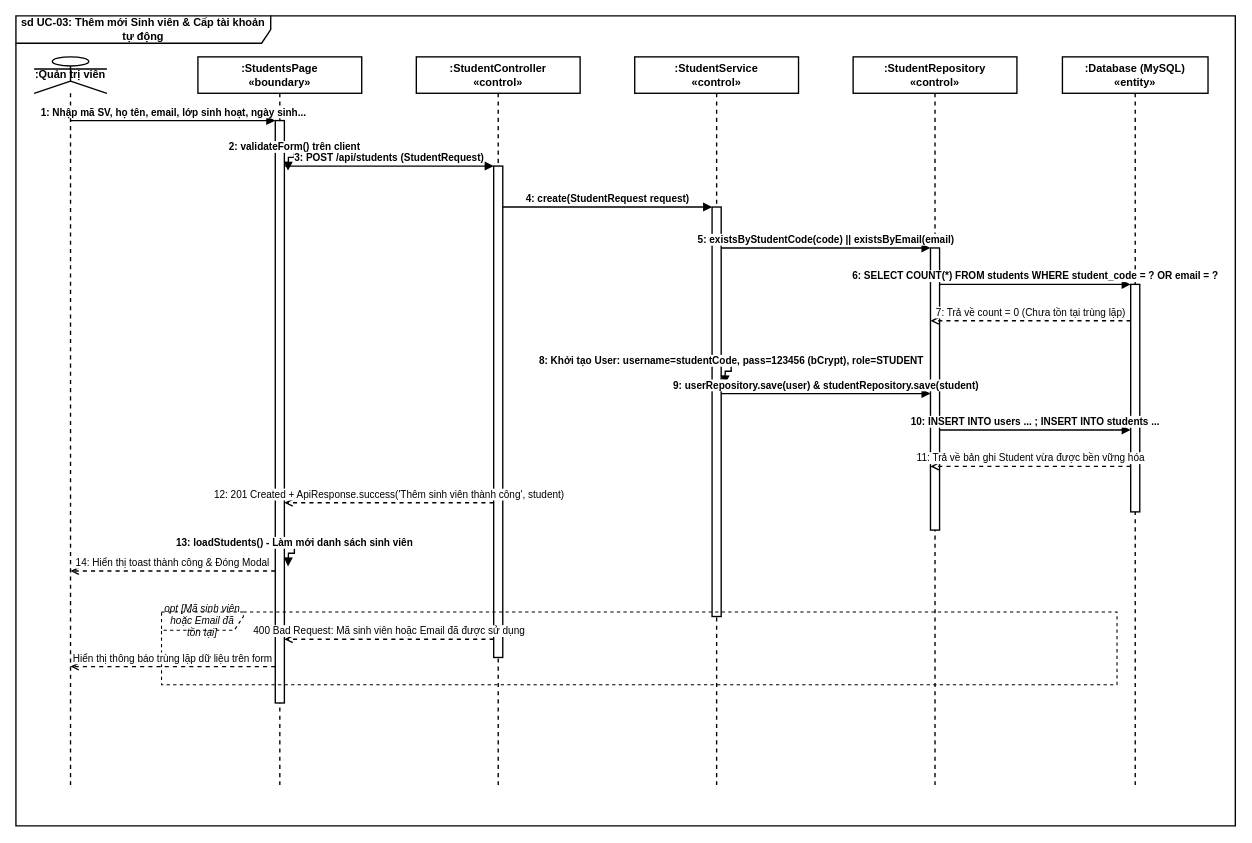
This is page "3. Thêm mới Sinh viên" (3 of 23) of drawio/Sequence_Diagrams.drawio from DevMarkie/DoAnChuyenNganh, a draw.io file, before an edit. Source tidied: cells renumbered, new cells numbered last; positions are measured from the earlier drawing's top-left corner, leaving out a move shared by most shapes. Both pictures are drawn from the tidied source at 91%, with x=0, y=0 at pixel (15, 15).
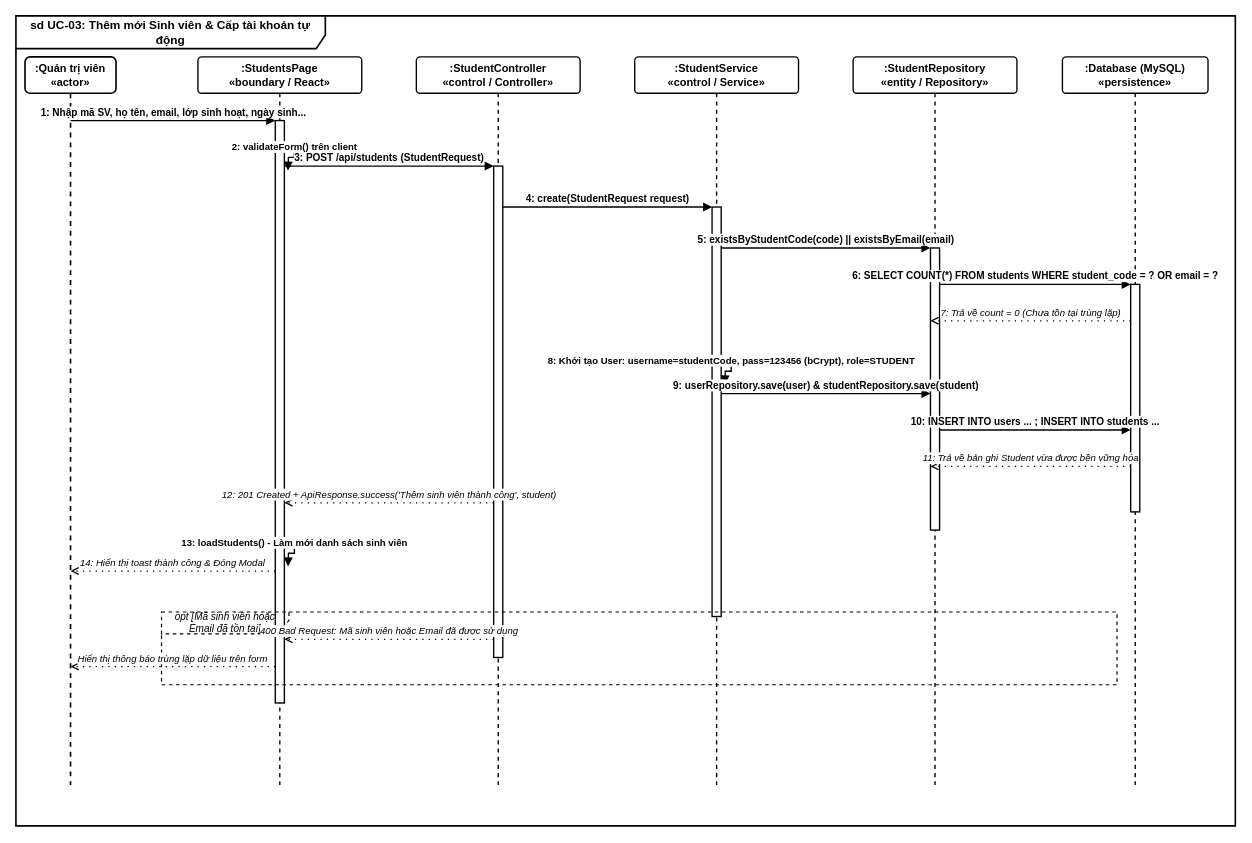
The same diagram, later.

Diff of the diagram source:
```diff
@@
-    <mxCell id="2" value="sd UC-03: Thêm mới Sinh viên &amp; Cấp tài khoản tự động" style="shape=umlFrame;whiteSpace=wrap;html=1;width=280;height=30;strokeColor=#000000;strokeWidth=1.5;fillColor=none;fontColor=#000000;fontStyle=1;fontSize=12;" parent="1" vertex="1">
+    <mxCell id="2" value="sd UC-03: Thêm mới Sinh viên &amp; Cấp tài khoản tự động" style="shape=umlFrame;whiteSpace=wrap;html=1;width=340;height=36;strokeColor=#000000;strokeWidth=1.8;fillColor=none;fontColor=#000000;fontStyle=1;fontSize=13;rounded=1;shadow=0;arcSize=6;" parent="1" vertex="1">
       <mxGeometry width="1340" height="890" as="geometry" />
     </mxCell>
-    <mxCell id="3" value=":Quản trị viên" style="shape=umlLifeline;participant=umlActor;perimeter=lifelinePerimeter;whiteSpace=wrap;html=1;strokeColor=#000000;strokeWidth=1.5;fillColor=#ffffff;fontColor=#000000;fontStyle=1;fontSize=12;" parent="1" vertex="1">
-      <mxGeometry x="20" y="45" width="80" height="800" as="geometry" />
+    <mxCell id="3" value=":Quản trị viên&#10;«actor»" style="shape=umlLifeline;perimeter=lifelinePerimeter;whiteSpace=wrap;html=1;strokeColor=#000000;strokeWidth=1.8;fillColor=#ffffff;fontColor=#000000;fontStyle=1;fontSize=12;rounded=1;arcSize=14;shadow=0;" parent="1" vertex="1">
+      <mxGeometry x="10" y="45" width="100" height="800" as="geometry" />
     </mxCell>
-    <mxCell id="4" value=":StudentsPage&#10;«boundary»" style="shape=umlLifeline;perimeter=lifelinePerimeter;whiteSpace=wrap;html=1;strokeColor=#000000;strokeWidth=1.5;fillColor=#ffffff;fontColor=#000000;fontStyle=1;fontSize=12;" parent="1" vertex="1">
+    <mxCell id="4" value=":StudentsPage&#10;«boundary / React»" style="shape=umlLifeline;perimeter=lifelinePerimeter;whiteSpace=wrap;html=1;strokeColor=#000000;strokeWidth=1.5;fillColor=#ffffff;fontColor=#000000;fontStyle=1;fontSize=12;rounded=1;arcSize=10;shadow=0;" parent="1" vertex="1">
       <mxGeometry x="200" y="45" width="180" height="800" as="geometry" />
     </mxCell>
-    <mxCell id="5" value=":StudentController&#10;«control»" style="shape=umlLifeline;perimeter=lifelinePerimeter;whiteSpace=wrap;html=1;strokeColor=#000000;strokeWidth=1.5;fillColor=#ffffff;fontColor=#000000;fontStyle=1;fontSize=12;" parent="1" vertex="1">
+    <mxCell id="5" value=":StudentController&#10;«control / Controller»" style="shape=umlLifeline;perimeter=lifelinePerimeter;whiteSpace=wrap;html=1;strokeColor=#000000;strokeWidth=1.5;fillColor=#ffffff;fontColor=#000000;fontStyle=1;fontSize=12;rounded=1;arcSize=10;shadow=0;" parent="1" vertex="1">
       <mxGeometry x="440" y="45" width="180" height="800" as="geometry" />
     </mxCell>
-    <mxCell id="6" value=":StudentService&#10;«control»" style="shape=umlLifeline;perimeter=lifelinePerimeter;whiteSpace=wrap;html=1;strokeColor=#000000;strokeWidth=1.5;fillColor=#ffffff;fontColor=#000000;fontStyle=1;fontSize=12;" parent="1" vertex="1">
+    <mxCell id="6" value=":StudentService&#10;«control / Service»" style="shape=umlLifeline;perimeter=lifelinePerimeter;whiteSpace=wrap;html=1;strokeColor=#000000;strokeWidth=1.5;fillColor=#ffffff;fontColor=#000000;fontStyle=1;fontSize=12;rounded=1;arcSize=10;shadow=0;" parent="1" vertex="1">
       <mxGeometry x="680" y="45" width="180" height="800" as="geometry" />
     </mxCell>
-    <mxCell id="7" value=":StudentRepository&#10;«control»" style="shape=umlLifeline;perimeter=lifelinePerimeter;whiteSpace=wrap;html=1;strokeColor=#000000;strokeWidth=1.5;fillColor=#ffffff;fontColor=#000000;fontStyle=1;fontSize=12;" parent="1" vertex="1">
+    <mxCell id="7" value=":StudentRepository&#10;«entity / Repository»" style="shape=umlLifeline;perimeter=lifelinePerimeter;whiteSpace=wrap;html=1;strokeColor=#000000;strokeWidth=1.5;fillColor=#ffffff;fontColor=#000000;fontStyle=1;fontSize=12;rounded=1;arcSize=10;shadow=0;" parent="1" vertex="1">
       <mxGeometry x="920" y="45" width="180" height="800" as="geometry" />
     </mxCell>
-    <mxCell id="8" value=":Database (MySQL)&#10;«entity»" style="shape=umlLifeline;perimeter=lifelinePerimeter;whiteSpace=wrap;html=1;strokeColor=#000000;strokeWidth=1.5;fillColor=#ffffff;fontColor=#000000;fontStyle=1;fontSize=12;" parent="1" vertex="1">
+    <mxCell id="8" value=":Database (MySQL)&#10;«persistence»" style="shape=umlLifeline;perimeter=lifelinePerimeter;whiteSpace=wrap;html=1;strokeColor=#000000;strokeWidth=1.5;fillColor=#ffffff;fontColor=#000000;fontStyle=1;fontSize=12;rounded=1;arcSize=10;shadow=0;" parent="1" vertex="1">
       <mxGeometry x="1150" y="45" width="160" height="800" as="geometry" />
     </mxCell>
-    <mxCell id="9" style="html=1;perimeter=orthogonalPerimeter;strokeColor=#000000;strokeWidth=1.5;fillColor=#ffffff;" parent="1" vertex="1">
+    <mxCell id="9" style="html=1;perimeter=orthogonalPerimeter;strokeColor=#000000;strokeWidth=1.5;fillColor=#ffffff;shadow=0;" parent="1" vertex="1">
       <mxGeometry x="285" y="115" width="10" height="640" as="geometry" />
     </mxCell>
-    <mxCell id="10" style="html=1;perimeter=orthogonalPerimeter;strokeColor=#000000;strokeWidth=1.5;fillColor=#ffffff;" parent="1" vertex="1">
+    <mxCell id="10" style="html=1;perimeter=orthogonalPerimeter;strokeColor=#000000;strokeWidth=1.5;fillColor=#ffffff;shadow=0;" parent="1" vertex="1">
       <mxGeometry x="525" y="165" width="10" height="540" as="geometry" />
     </mxCell>
-    <mxCell id="11" style="html=1;perimeter=orthogonalPerimeter;strokeColor=#000000;strokeWidth=1.5;fillColor=#ffffff;" parent="1" vertex="1">
+    <mxCell id="11" style="html=1;perimeter=orthogonalPerimeter;strokeColor=#000000;strokeWidth=1.5;fillColor=#ffffff;shadow=0;" parent="1" vertex="1">
       <mxGeometry x="765" y="210" width="10" height="450" as="geometry" />
     </mxCell>
-    <mxCell id="12" style="html=1;perimeter=orthogonalPerimeter;strokeColor=#000000;strokeWidth=1.5;fillColor=#ffffff;" parent="1" vertex="1">
+    <mxCell id="12" style="html=1;perimeter=orthogonalPerimeter;strokeColor=#000000;strokeWidth=1.5;fillColor=#ffffff;shadow=0;" parent="1" vertex="1">
       <mxGeometry x="1005" y="255" width="10" height="310" as="geometry" />
     </mxCell>
-    <mxCell id="13" style="html=1;perimeter=orthogonalPerimeter;strokeColor=#000000;strokeWidth=1.5;fillColor=#ffffff;" parent="1" vertex="1">
+    <mxCell id="13" style="html=1;perimeter=orthogonalPerimeter;strokeColor=#000000;strokeWidth=1.5;fillColor=#ffffff;shadow=0;" parent="1" vertex="1">
       <mxGeometry x="1225" y="295" width="10" height="250" as="geometry" />
     </mxCell>
-    <mxCell id="14" value="1: Nhập mã SV, họ tên, email, lớp sinh hoạt, ngày sinh..." style="html=1;verticalAlign=bottom;endArrow=block;strokeColor=#000000;strokeWidth=1.5;labelBackgroundColor=#ffffff;labelBorderColor=none;fillColor=none;fontColor=#000000;fontSize=11;fontStyle=1;" parent="1" edge="1">
+    <mxCell id="14" value="1: Nhập mã SV, họ tên, email, lớp sinh hoạt, ngày sinh..." style="html=1;verticalAlign=bottom;endArrow=block;endFill=1;strokeColor=#000000;strokeWidth=1.5;labelBackgroundColor=#ffffff;labelBorderColor=none;fillColor=none;fontColor=#000000;fontSize=11;fontStyle=1;rounded=0;" parent="1" edge="1">
       <mxGeometry relative="1" as="geometry">
         <mxPoint x="60" y="115" as="sourcePoint" />
         <mxPoint x="285" y="115" as="targetPoint" />
       </mxGeometry>
     </mxCell>
-    <mxCell id="15" value="2: validateForm() trên client" style="html=1;verticalAlign=bottom;endArrow=block;strokeColor=#000000;strokeWidth=1.5;labelBackgroundColor=#ffffff;labelBorderColor=none;fillColor=none;fontColor=#000000;fontSize=11;fontStyle=1;edgeStyle=orthogonalEdgeStyle;curved=0;rounded=0;" parent="1" edge="1">
+    <mxCell id="15" value="2: validateForm() trên client" style="html=1;verticalAlign=bottom;endArrow=block;endFill=1;strokeColor=#000000;strokeWidth=1.5;labelBackgroundColor=#ffffff;labelBorderColor=none;fillColor=none;fontColor=#000000;fontSize=10.5;fontStyle=1;edgeStyle=orthogonalEdgeStyle;curved=0;rounded=0;" parent="1" edge="1">
       <mxGeometry relative="1" as="geometry">
         <mxPoint x="295" y="140" as="sourcePoint" />
         <mxPoint x="299" y="170" as="targetPoint" />
       </mxGeometry>
     </mxCell>
-    <mxCell id="16" value="3: POST /api/students (StudentRequest)" style="html=1;verticalAlign=bottom;endArrow=block;strokeColor=#000000;strokeWidth=1.5;labelBackgroundColor=#ffffff;labelBorderColor=none;fillColor=none;fontColor=#000000;fontSize=11;fontStyle=1;" parent="1" edge="1">
+    <mxCell id="16" value="3: POST /api/students (StudentRequest)" style="html=1;verticalAlign=bottom;endArrow=block;endFill=1;strokeColor=#000000;strokeWidth=1.5;labelBackgroundColor=#ffffff;labelBorderColor=none;fillColor=none;fontColor=#000000;fontSize=11;fontStyle=1;rounded=0;" parent="1" edge="1">
       <mxGeometry relative="1" as="geometry">
         <mxPoint x="295" y="165" as="sourcePoint" />
         <mxPoint x="525" y="165" as="targetPoint" />
       </mxGeometry>
     </mxCell>
-    <mxCell id="17" value="4: create(StudentRequest request)" style="html=1;verticalAlign=bottom;endArrow=block;strokeColor=#000000;strokeWidth=1.5;labelBackgroundColor=#ffffff;labelBorderColor=none;fillColor=none;fontColor=#000000;fontSize=11;fontStyle=1;" parent="1" edge="1">
+    <mxCell id="17" value="4: create(StudentRequest request)" style="html=1;verticalAlign=bottom;endArrow=block;endFill=1;strokeColor=#000000;strokeWidth=1.5;labelBackgroundColor=#ffffff;labelBorderColor=none;fillColor=none;fontColor=#000000;fontSize=11;fontStyle=1;rounded=0;" parent="1" edge="1">
       <mxGeometry relative="1" as="geometry">
         <mxPoint x="535" y="210" as="sourcePoint" />
         <mxPoint x="765" y="210" as="targetPoint" />
       </mxGeometry>
     </mxCell>
-    <mxCell id="18" value="5: existsByStudentCode(code) || existsByEmail(email)" style="html=1;verticalAlign=bottom;endArrow=block;strokeColor=#000000;strokeWidth=1.5;labelBackgroundColor=#ffffff;labelBorderColor=none;fillColor=none;fontColor=#000000;fontSize=11;fontStyle=1;" parent="1" edge="1">
+    <mxCell id="18" value="5: existsByStudentCode(code) || existsByEmail(email)" style="html=1;verticalAlign=bottom;endArrow=block;endFill=1;strokeColor=#000000;strokeWidth=1.5;labelBackgroundColor=#ffffff;labelBorderColor=none;fillColor=none;fontColor=#000000;fontSize=11;fontStyle=1;rounded=0;" parent="1" edge="1">
       <mxGeometry relative="1" as="geometry">
         <mxPoint x="775" y="255" as="sourcePoint" />
         <mxPoint x="1005" y="255" as="targetPoint" />
       </mxGeometry>
     </mxCell>
-    <mxCell id="19" value="6: SELECT COUNT(*) FROM students WHERE student_code = ? OR email = ?" style="html=1;verticalAlign=bottom;endArrow=block;strokeColor=#000000;strokeWidth=1.5;labelBackgroundColor=#ffffff;labelBorderColor=none;fillColor=none;fontColor=#000000;fontSize=11;fontStyle=1;" parent="1" edge="1">
+    <mxCell id="19" value="6: SELECT COUNT(*) FROM students WHERE student_code = ? OR email = ?" style="html=1;verticalAlign=bottom;endArrow=block;endFill=1;strokeColor=#000000;strokeWidth=1.5;labelBackgroundColor=#ffffff;labelBorderColor=none;fillColor=none;fontColor=#000000;fontSize=11;fontStyle=1;rounded=0;" parent="1" edge="1">
       <mxGeometry relative="1" as="geometry">
         <mxPoint x="1015" y="295" as="sourcePoint" />
         <mxPoint x="1225" y="295" as="targetPoint" />
       </mxGeometry>
     </mxCell>
-    <mxCell id="20" value="7: Trả về count = 0 (Chưa tồn tại trùng lặp)" style="html=1;verticalAlign=bottom;endArrow=open;dashed=1;strokeColor=#000000;strokeWidth=1.5;labelBackgroundColor=#ffffff;labelBorderColor=none;fillColor=none;fontColor=#000000;fontSize=11;fontStyle=0;" parent="1" edge="1">
+    <mxCell id="20" value="7: Trả về count = 0 (Chưa tồn tại trùng lặp)" style="html=1;verticalAlign=bottom;endArrow=open;dashed=1;dashPattern=1 4;strokeColor=#000000;strokeWidth=1.4;labelBackgroundColor=#ffffff;labelBorderColor=none;fillColor=none;fontColor=#000000;fontSize=10.5;fontStyle=2;rounded=0;" parent="1" edge="1">
       <mxGeometry relative="1" as="geometry">
         <mxPoint x="1225" y="335" as="sourcePoint" />
         <mxPoint x="1005" y="335" as="targetPoint" />
       </mxGeometry>
     </mxCell>
-    <mxCell id="21" value="8: Khởi tạo User: username=studentCode, pass=123456 (bCrypt), role=STUDENT" style="html=1;verticalAlign=bottom;endArrow=block;strokeColor=#000000;strokeWidth=1.5;labelBackgroundColor=#ffffff;labelBorderColor=none;fillColor=none;fontColor=#000000;fontSize=11;fontStyle=1;edgeStyle=orthogonalEdgeStyle;curved=0;rounded=0;" parent="1" edge="1">
+    <mxCell id="21" value="8: Khởi tạo User: username=studentCode, pass=123456 (bCrypt), role=STUDENT" style="html=1;verticalAlign=bottom;endArrow=block;endFill=1;strokeColor=#000000;strokeWidth=1.5;labelBackgroundColor=#ffffff;labelBorderColor=none;fillColor=none;fontColor=#000000;fontSize=10.5;fontStyle=1;edgeStyle=orthogonalEdgeStyle;curved=0;rounded=0;" parent="1" edge="1">
       <mxGeometry relative="1" as="geometry">
         <mxPoint x="775" y="375" as="sourcePoint" />
         <mxPoint x="779" y="405" as="targetPoint" />
       </mxGeometry>
     </mxCell>
-    <mxCell id="22" value="9: userRepository.save(user) &amp; studentRepository.save(student)" style="html=1;verticalAlign=bottom;endArrow=block;strokeColor=#000000;strokeWidth=1.5;labelBackgroundColor=#ffffff;labelBorderColor=none;fillColor=none;fontColor=#000000;fontSize=11;fontStyle=1;" parent="1" edge="1">
+    <mxCell id="22" value="9: userRepository.save(user) &amp; studentRepository.save(student)" style="html=1;verticalAlign=bottom;endArrow=block;endFill=1;strokeColor=#000000;strokeWidth=1.5;labelBackgroundColor=#ffffff;labelBorderColor=none;fillColor=none;fontColor=#000000;fontSize=11;fontStyle=1;rounded=0;" parent="1" edge="1">
       <mxGeometry relative="1" as="geometry">
         <mxPoint x="775" y="415" as="sourcePoint" />
         <mxPoint x="1005" y="415" as="targetPoint" />
       </mxGeometry>
     </mxCell>
-    <mxCell id="23" value="10: INSERT INTO users ... ; INSERT INTO students ..." style="html=1;verticalAlign=bottom;endArrow=block;strokeColor=#000000;strokeWidth=1.5;labelBackgroundColor=#ffffff;labelBorderColor=none;fillColor=none;fontColor=#000000;fontSize=11;fontStyle=1;" parent="1" edge="1">
+    <mxCell id="23" value="10: INSERT INTO users ... ; INSERT INTO students ..." style="html=1;verticalAlign=bottom;endArrow=block;endFill=1;strokeColor=#000000;strokeWidth=1.5;labelBackgroundColor=#ffffff;labelBorderColor=none;fillColor=none;fontColor=#000000;fontSize=11;fontStyle=1;rounded=0;" parent="1" edge="1">
       <mxGeometry relative="1" as="geometry">
         <mxPoint x="1015" y="455" as="sourcePoint" />
         <mxPoint x="1225" y="455" as="targetPoint" />
       </mxGeometry>
     </mxCell>
-    <mxCell id="24" value="11: Trả về bản ghi Student vừa được bền vững hóa" style="html=1;verticalAlign=bottom;endArrow=open;dashed=1;strokeColor=#000000;strokeWidth=1.5;labelBackgroundColor=#ffffff;labelBorderColor=none;fillColor=none;fontColor=#000000;fontSize=11;fontStyle=0;" parent="1" edge="1">
+    <mxCell id="24" value="11: Trả về bản ghi Student vừa được bền vững hóa" style="html=1;verticalAlign=bottom;endArrow=open;dashed=1;dashPattern=1 4;strokeColor=#000000;strokeWidth=1.4;labelBackgroundColor=#ffffff;labelBorderColor=none;fillColor=none;fontColor=#000000;fontSize=10.5;fontStyle=2;rounded=0;" parent="1" edge="1">
       <mxGeometry relative="1" as="geometry">
         <mxPoint x="1225" y="495" as="sourcePoint" />
         <mxPoint x="1005" y="495" as="targetPoint" />
       </mxGeometry>
     </mxCell>
-    <mxCell id="25" value="12: 201 Created + ApiResponse.success('Thêm sinh viên thành công', student)" style="html=1;verticalAlign=bottom;endArrow=open;dashed=1;strokeColor=#000000;strokeWidth=1.5;labelBackgroundColor=#ffffff;labelBorderColor=none;fillColor=none;fontColor=#000000;fontSize=11;fontStyle=0;" parent="1" edge="1">
+    <mxCell id="25" value="12: 201 Created + ApiResponse.success('Thêm sinh viên thành công', student)" style="html=1;verticalAlign=bottom;endArrow=open;dashed=1;dashPattern=1 4;strokeColor=#000000;strokeWidth=1.4;labelBackgroundColor=#ffffff;labelBorderColor=none;fillColor=none;fontColor=#000000;fontSize=10.5;fontStyle=2;rounded=0;" parent="1" edge="1">
       <mxGeometry relative="1" as="geometry">
         <mxPoint x="525" y="535" as="sourcePoint" />
         <mxPoint x="295" y="535" as="targetPoint" />
       </mxGeometry>
     </mxCell>
-    <mxCell id="26" value="13: loadStudents() - Làm mới danh sách sinh viên" style="html=1;verticalAlign=bottom;endArrow=block;strokeColor=#000000;strokeWidth=1.5;labelBackgroundColor=#ffffff;labelBorderColor=none;fillColor=none;fontColor=#000000;fontSize=11;fontStyle=1;edgeStyle=orthogonalEdgeStyle;curved=0;rounded=0;" parent="1" edge="1">
+    <mxCell id="26" value="13: loadStudents() - Làm mới danh sách sinh viên" style="html=1;verticalAlign=bottom;endArrow=block;endFill=1;strokeColor=#000000;strokeWidth=1.5;labelBackgroundColor=#ffffff;labelBorderColor=none;fillColor=none;fontColor=#000000;fontSize=10.5;fontStyle=1;edgeStyle=orthogonalEdgeStyle;curved=0;rounded=0;" parent="1" edge="1">
       <mxGeometry relative="1" as="geometry">
         <mxPoint x="295" y="575" as="sourcePoint" />
         <mxPoint x="299" y="605" as="targetPoint" />
       </mxGeometry>
     </mxCell>
-    <mxCell id="27" value="14: Hiển thị toast thành công &amp; Đóng Modal" style="html=1;verticalAlign=bottom;endArrow=open;dashed=1;strokeColor=#000000;strokeWidth=1.5;labelBackgroundColor=#ffffff;labelBorderColor=none;fillColor=none;fontColor=#000000;fontSize=11;fontStyle=0;" parent="1" edge="1">
+    <mxCell id="27" value="14: Hiển thị toast thành công &amp; Đóng Modal" style="html=1;verticalAlign=bottom;endArrow=open;dashed=1;dashPattern=1 4;strokeColor=#000000;strokeWidth=1.4;labelBackgroundColor=#ffffff;labelBorderColor=none;fillColor=none;fontColor=#000000;fontSize=10.5;fontStyle=2;rounded=0;" parent="1" edge="1">
       <mxGeometry relative="1" as="geometry">
         <mxPoint x="285" y="610" as="sourcePoint" />
         <mxPoint x="60" y="610" as="targetPoint" />
       </mxGeometry>
     </mxCell>
-    <mxCell id="28" value="opt [Mã sinh viên hoặc Email đã tồn tại]" style="shape=umlFrame;whiteSpace=wrap;html=1;width=90;height=20;strokeColor=#000000;strokeWidth=1.2;fillColor=none;fontColor=#000000;fontStyle=2;fontSize=11;dashed=1;" parent="1" vertex="1">
+    <mxCell id="28" value="opt [Mã sinh viên hoặc Email đã tồn tại]" style="shape=umlFrame;whiteSpace=wrap;html=1;width=140;height=24;strokeColor=#000000;strokeWidth=1.3;fillColor=none;fontColor=#000000;fontStyle=2;fontSize=11;dashed=1;rounded=1;arcSize=6;" parent="1" vertex="1">
       <mxGeometry x="160" y="655" width="1050" height="80" as="geometry" />
     </mxCell>
-    <mxCell id="29" value="400 Bad Request: Mã sinh viên hoặc Email đã được sử dụng" style="html=1;verticalAlign=bottom;endArrow=open;dashed=1;strokeColor=#000000;strokeWidth=1.5;labelBackgroundColor=#ffffff;labelBorderColor=none;fillColor=none;fontColor=#000000;fontSize=11;fontStyle=0;" parent="1" edge="1">
+    <mxCell id="29" value="400 Bad Request: Mã sinh viên hoặc Email đã được sử dụng" style="html=1;verticalAlign=bottom;endArrow=open;dashed=1;dashPattern=1 4;strokeColor=#000000;strokeWidth=1.4;labelBackgroundColor=#ffffff;labelBorderColor=none;fillColor=none;fontColor=#000000;fontSize=10.5;fontStyle=2;rounded=0;" parent="1" edge="1">
       <mxGeometry relative="1" as="geometry">
         <mxPoint x="525" y="685" as="sourcePoint" />
         <mxPoint x="295" y="685" as="targetPoint" />
       </mxGeometry>
     </mxCell>
-    <mxCell id="30" value="Hiển thị thông báo trùng lặp dữ liệu trên form" style="html=1;verticalAlign=bottom;endArrow=open;dashed=1;strokeColor=#000000;strokeWidth=1.5;labelBackgroundColor=#ffffff;labelBorderColor=none;fillColor=none;fontColor=#000000;fontSize=11;fontStyle=0;" parent="1" edge="1">
+    <mxCell id="30" value="Hiển thị thông báo trùng lặp dữ liệu trên form" style="html=1;verticalAlign=bottom;endArrow=open;dashed=1;dashPattern=1 4;strokeColor=#000000;strokeWidth=1.4;labelBackgroundColor=#ffffff;labelBorderColor=none;fillColor=none;fontColor=#000000;fontSize=10.5;fontStyle=2;rounded=0;" parent="1" edge="1">
       <mxGeometry relative="1" as="geometry">
         <mxPoint x="285" y="715" as="sourcePoint" />
         <mxPoint x="60" y="715" as="targetPoint" />
       </mxGeometry>
     </mxCell>
```
